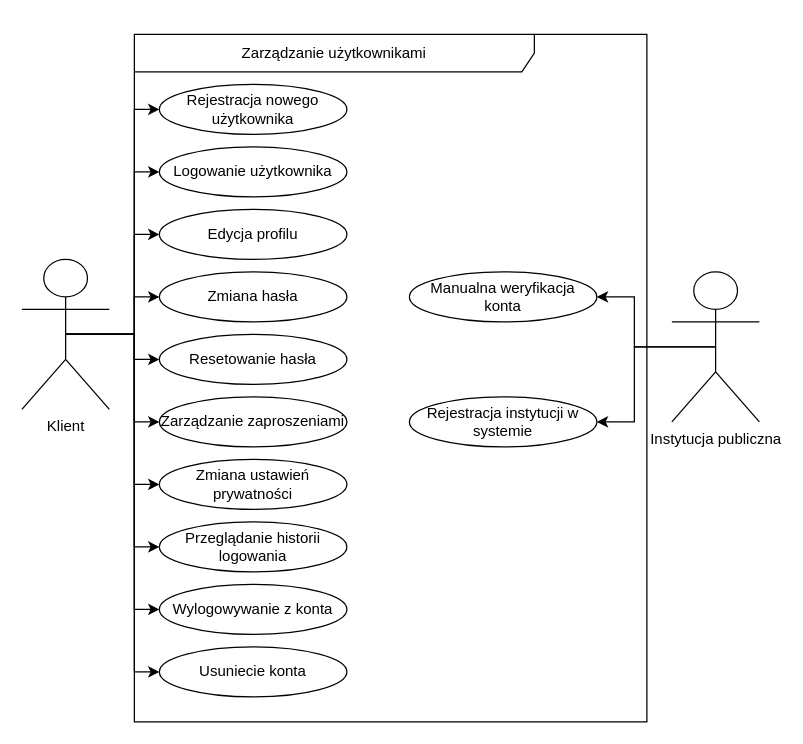
Haltie13/lokalni_app keeps this draw.io diagram as page "Moduł użytkowników" (2 of 5) of mwo_lokalni_app.drawio. Above is the earlier version. Source tidied: cells renumbered, new cells numbered last; positions are measured from the earlier drawing's top-left corner, leaving out a move shared by most shapes. Both pictures are drawn from the tidied source at 125%, with x=0, y=0 at pixel (21, 34).
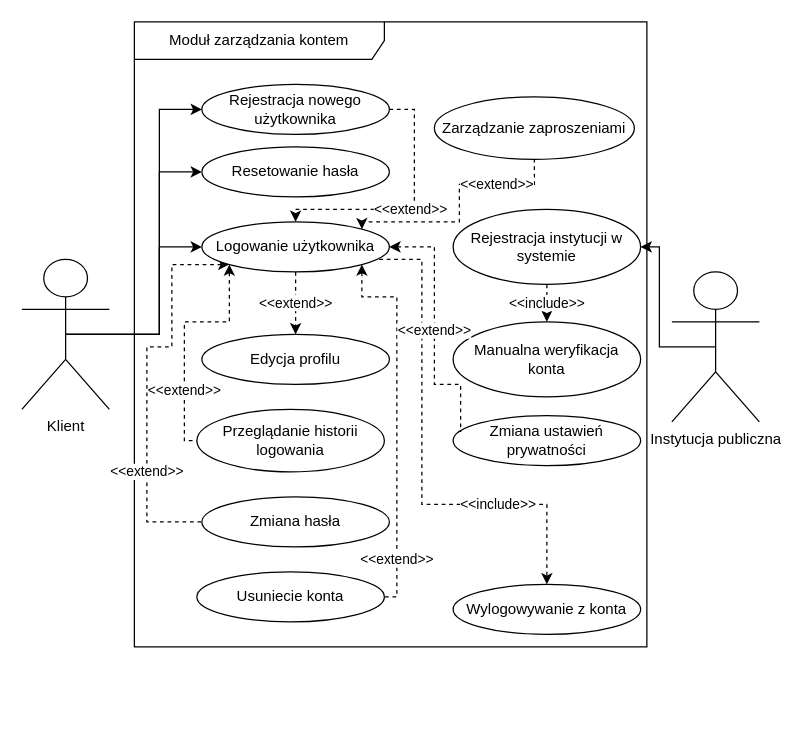
Above is the later version.

The change refers to these unchanged cells:
```xml
<mxCell id="5" value="&lt;div&gt;Instytucja publiczna&lt;/div&gt;&lt;div&gt;&lt;br&gt;&lt;/div&gt;" style="shape=umlActor;html=1;verticalLabelPosition=bottom;verticalAlign=top;align=center;" parent="1" vertex="1">
  <mxGeometry x="520" y="190" width="70" height="120" as="geometry" />
</mxCell>
<mxCell id="19" value="&lt;div&gt;Klient&lt;/div&gt;&lt;div&gt;&lt;br&gt;&lt;/div&gt;" style="shape=umlActor;html=1;verticalLabelPosition=bottom;verticalAlign=top;align=center;" parent="1" vertex="1">
  <mxGeometry y="180" width="70" height="120" as="geometry" />
</mxCell>
```

The edit, as a diff of the source:
```diff
@@
-    <mxCell id="2" value="Zarządzanie użytkownikami" style="shape=umlFrame;whiteSpace=wrap;html=1;width=320;height=30;" parent="1" vertex="1">
-      <mxGeometry x="90" width="410" height="550" as="geometry" />
+    <mxCell id="2" value="Moduł zarządzania kontem" style="shape=umlFrame;whiteSpace=wrap;html=1;width=200;height=30;" parent="1" vertex="1">
+      <mxGeometry x="90" y="-10" width="410" height="500" as="geometry" />
     </mxCell>
     <mxCell id="3" style="edgeStyle=orthogonalEdgeStyle;rounded=0;jettySize=auto;html=1;exitX=0.5;exitY=0.5;exitDx=0;exitDy=0;exitPerimeter=0;entryX=1;entryY=0.5;entryDx=0;entryDy=0;" parent="1" edge="1" source="5" target="28">
-      <mxGeometry relative="1" as="geometry" />
+      <mxGeometry relative="1" as="geometry">
+        <Array as="points">
+          <mxPoint x="510" y="250" />
+          <mxPoint x="510" y="170" />
+        </Array>
+      </mxGeometry>
     </mxCell>
-    <mxCell id="4" style="edgeStyle=orthogonalEdgeStyle;rounded=0;jettySize=auto;html=1;exitX=0.5;exitY=0.5;exitDx=0;exitDy=0;exitPerimeter=0;entryX=1;entryY=0.5;entryDx=0;entryDy=0;" parent="1" edge="1" source="5" target="8">
-      <mxGeometry relative="1" as="geometry" />
-    </mxCell>
@@
+    <mxCell id="29" value="&amp;lt;&amp;lt;extend&amp;gt;&amp;gt;" style="edgeStyle=orthogonalEdgeStyle;rounded=0;jettySize=auto;html=1;exitX=1;exitY=0.5;exitDx=0;exitDy=0;dashed=1;" parent="1" edge="1" source="6" target="7">
+      <mxGeometry relative="1" as="geometry">
+        <Array as="points">
+          <mxPoint x="314" y="60" />
+          <mxPoint x="314" y="140" />
+          <mxPoint x="219" y="140" />
+        </Array>
+      </mxGeometry>
+    </mxCell>
     <mxCell id="6" value="Rejestracja nowego użytkownika" style="ellipse;whiteSpace=wrap;html=1;" parent="1" vertex="1">
-      <mxGeometry x="110" y="40" width="150" height="40" as="geometry" />
+      <mxGeometry x="144" y="40" width="150" height="40" as="geometry" />
     </mxCell>
+    <mxCell id="30" value="&amp;lt;&amp;lt;extend&amp;gt;&amp;gt;" style="edgeStyle=orthogonalEdgeStyle;rounded=0;jettySize=auto;html=1;exitX=0.5;exitY=1;exitDx=0;exitDy=0;entryX=0.5;entryY=0;entryDx=0;entryDy=0;dashed=1;" parent="1" edge="1" source="7" target="20">
+      <mxGeometry relative="1" as="geometry" />
+    </mxCell>
+    <mxCell id="31" value="&amp;lt;&amp;lt;extend&amp;gt;&amp;gt;" style="edgeStyle=orthogonalEdgeStyle;rounded=0;jettySize=auto;html=1;exitX=0;exitY=1;exitDx=0;exitDy=0;entryX=0;entryY=0.5;entryDx=0;entryDy=0;dashed=1;startArrow=classic;startFill=1;endArrow=none;" parent="1" edge="1" source="7" target="25">
+      <mxGeometry x="0.47" relative="1" as="geometry">
+        <Array as="points">
+          <mxPoint x="166" y="230" />
+          <mxPoint x="130" y="230" />
+          <mxPoint x="130" y="325" />
+        </Array>
+      </mxGeometry>
+    </mxCell>
+    <mxCell id="32" value="&amp;lt;&amp;lt;extend&amp;gt;&amp;gt;" style="edgeStyle=orthogonalEdgeStyle;rounded=0;jettySize=auto;html=1;exitX=0;exitY=1;exitDx=0;exitDy=0;entryX=0;entryY=0.5;entryDx=0;entryDy=0;dashed=1;startArrow=classic;startFill=1;endArrow=none;" parent="1" edge="1" source="7" target="22">
+      <mxGeometry x="0.47" relative="1" as="geometry">
+        <Array as="points">
+          <mxPoint x="120" y="184" />
+          <mxPoint x="120" y="250" />
+          <mxPoint x="100" y="250" />
+          <mxPoint x="100" y="390" />
+        </Array>
+      </mxGeometry>
+    </mxCell>
+    <mxCell id="33" value="&amp;lt;&amp;lt;extend&amp;gt;&amp;gt;" style="edgeStyle=orthogonalEdgeStyle;rounded=0;jettySize=auto;html=1;exitX=1;exitY=1;exitDx=0;exitDy=0;entryX=1;entryY=0.5;entryDx=0;entryDy=0;dashed=1;startArrow=classic;startFill=1;endArrow=none;" parent="1" edge="1" source="7" target="27">
+      <mxGeometry x="0.74" relative="1" as="geometry">
+        <Array as="points">
+          <mxPoint x="272" y="210" />
+          <mxPoint x="300" y="210" />
+          <mxPoint x="300" y="450" />
+        </Array>
+      </mxGeometry>
+    </mxCell>
+    <mxCell id="34" value="&amp;lt;&amp;lt;include&amp;gt;&amp;gt;" style="edgeStyle=orthogonalEdgeStyle;rounded=0;jettySize=auto;html=1;exitX=1;exitY=1;exitDx=0;exitDy=0;entryX=0.5;entryY=0;entryDx=0;entryDy=0;dashed=1;" parent="1" edge="1" source="7" target="26">
+      <mxGeometry x="0.5" relative="1" as="geometry">
+        <Array as="points">
+          <mxPoint x="272" y="180" />
+          <mxPoint x="320" y="180" />
+          <mxPoint x="320" y="376" />
+          <mxPoint x="420" y="376" />
+          <mxPoint x="420" y="430" />
+        </Array>
+      </mxGeometry>
+    </mxCell>
+    <mxCell id="35" value="&amp;lt;&amp;lt;extend&amp;gt;&amp;gt;" style="edgeStyle=orthogonalEdgeStyle;rounded=0;jettySize=auto;html=1;exitX=1;exitY=0;exitDx=0;exitDy=0;entryX=0.5;entryY=1;entryDx=0;entryDy=0;dashed=1;startArrow=classic;startFill=1;endArrow=none;" parent="1" edge="1" source="7" target="23">
+      <mxGeometry x="0.49" relative="1" as="geometry">
+        <Array as="points">
+          <mxPoint x="272" y="150" />
+          <mxPoint x="350" y="150" />
+          <mxPoint x="350" y="120" />
+          <mxPoint x="410" y="120" />
+        </Array>
+      </mxGeometry>
+    </mxCell>
     <mxCell id="7" value="Logowanie użytkownika" style="ellipse;whiteSpace=wrap;html=1;" parent="1" vertex="1">
-      <mxGeometry x="110" y="90" width="150" height="40" as="geometry" />
+      <mxGeometry x="144" y="150" width="150" height="40" as="geometry" />
     </mxCell>
     <mxCell id="8" value="Manualna weryfikacja konta" style="ellipse;whiteSpace=wrap;html=1;" parent="1" vertex="1">
-      <mxGeometry x="310" y="190" width="150" height="40" as="geometry" />
+      <mxGeometry x="345" y="230" width="150" height="60" as="geometry" />
     </mxCell>
     <mxCell id="9" style="edgeStyle=orthogonalEdgeStyle;rounded=0;jettySize=auto;html=1;exitX=0.5;exitY=0.5;exitDx=0;exitDy=0;exitPerimeter=0;" parent="1" edge="1" source="19" target="21">
-      <mxGeometry relative="1" as="geometry" />
+      <mxGeometry relative="1" as="geometry">
+        <Array as="points">
+          <mxPoint x="110" y="240" />
+          <mxPoint x="110" y="110" />
+        </Array>
+      </mxGeometry>
     </mxCell>
-    <mxCell id="10" style="edgeStyle=orthogonalEdgeStyle;rounded=0;jettySize=auto;html=1;exitX=0.5;exitY=0.5;exitDx=0;exitDy=0;exitPerimeter=0;entryX=0;entryY=0.5;entryDx=0;entryDy=0;" parent="1" edge="1" source="19" target="23">
-      <mxGeometry relative="1" as="geometry" />
-    </mxCell>
-    <mxCell id="11" style="edgeStyle=orthogonalEdgeStyle;rounded=0;jettySize=auto;html=1;exitX=0.5;exitY=0.5;exitDx=0;exitDy=0;exitPerimeter=0;entryX=0;entryY=0.5;entryDx=0;entryDy=0;" parent="1" edge="1" source="19" target="24">
-      <mxGeometry relative="1" as="geometry" />
-    </mxCell>
-    <mxCell id="12" style="edgeStyle=orthogonalEdgeStyle;rounded=0;jettySize=auto;html=1;exitX=0.5;exitY=0.5;exitDx=0;exitDy=0;exitPerimeter=0;entryX=0;entryY=0.5;entryDx=0;entryDy=0;" parent="1" edge="1" source="19" target="25">
-      <mxGeometry relative="1" as="geometry" />
-    </mxCell>
-    <mxCell id="13" style="edgeStyle=orthogonalEdgeStyle;rounded=0;jettySize=auto;html=1;exitX=0.5;exitY=0.5;exitDx=0;exitDy=0;exitPerimeter=0;entryX=0;entryY=0.5;entryDx=0;entryDy=0;" parent="1" edge="1" source="19" target="26">
-      <mxGeometry relative="1" as="geometry" />
-    </mxCell>
-    <mxCell id="14" style="edgeStyle=orthogonalEdgeStyle;rounded=0;jettySize=auto;html=1;exitX=0.5;exitY=0.5;exitDx=0;exitDy=0;exitPerimeter=0;entryX=0;entryY=0.5;entryDx=0;entryDy=0;" parent="1" edge="1" source="19" target="27">
-      <mxGeometry relative="1" as="geometry" />
-    </mxCell>
-    <mxCell id="15" style="edgeStyle=orthogonalEdgeStyle;rounded=0;jettySize=auto;html=1;exitX=0.5;exitY=0.5;exitDx=0;exitDy=0;exitPerimeter=0;" parent="1" edge="1" source="19" target="22">
-      <mxGeometry relative="1" as="geometry" />
-    </mxCell>
-    <mxCell id="16" style="edgeStyle=orthogonalEdgeStyle;rounded=0;jettySize=auto;html=1;exitX=0.5;exitY=0.5;exitDx=0;exitDy=0;exitPerimeter=0;" parent="1" edge="1" source="19" target="20">
-      <mxGeometry relative="1" as="geometry" />
-    </mxCell>
     <mxCell id="17" style="edgeStyle=orthogonalEdgeStyle;rounded=0;jettySize=auto;html=1;exitX=0.5;exitY=0.5;exitDx=0;exitDy=0;exitPerimeter=0;entryX=0;entryY=0.5;entryDx=0;entryDy=0;" parent="1" edge="1" source="19" target="7">
-      <mxGeometry relative="1" as="geometry" />
+      <mxGeometry relative="1" as="geometry">
+        <Array as="points">
+          <mxPoint x="110" y="240" />
+          <mxPoint x="110" y="170" />
+        </Array>
+      </mxGeometry>
     </mxCell>
     <mxCell id="18" style="edgeStyle=orthogonalEdgeStyle;rounded=0;jettySize=auto;html=1;exitX=0.5;exitY=0.5;exitDx=0;exitDy=0;exitPerimeter=0;entryX=0;entryY=0.5;entryDx=0;entryDy=0;" parent="1" edge="1" source="19" target="6">
-      <mxGeometry relative="1" as="geometry" />
+      <mxGeometry relative="1" as="geometry">
+        <Array as="points">
+          <mxPoint x="110" y="240" />
+          <mxPoint x="110" y="60" />
+        </Array>
+      </mxGeometry>
     </mxCell>
@@
     <mxCell id="20" value="Edycja profilu" style="ellipse;whiteSpace=wrap;html=1;" parent="1" vertex="1">
-      <mxGeometry x="110" y="140" width="150" height="40" as="geometry" />
+      <mxGeometry x="144" y="240" width="150" height="40" as="geometry" />
     </mxCell>
     <mxCell id="21" value="Resetowanie hasła" style="ellipse;whiteSpace=wrap;html=1;" parent="1" vertex="1">
-      <mxGeometry x="110" y="240" width="150" height="40" as="geometry" />
+      <mxGeometry x="144" y="90" width="150" height="40" as="geometry" />
     </mxCell>
     <mxCell id="22" value="Zmiana hasła" style="ellipse;whiteSpace=wrap;html=1;" parent="1" vertex="1">
-      <mxGeometry x="110" y="190" width="150" height="40" as="geometry" />
+      <mxGeometry x="144" y="370" width="150" height="40" as="geometry" />
     </mxCell>
     <mxCell id="23" value="Zarządzanie zaproszeniami" style="ellipse;whiteSpace=wrap;html=1;" parent="1" vertex="1">
-      <mxGeometry x="110" y="290" width="150" height="40" as="geometry" />
+      <mxGeometry x="330" y="50" width="160" height="50" as="geometry" />
     </mxCell>
     <mxCell id="24" value="Zmiana ustawień prywatności" style="ellipse;whiteSpace=wrap;html=1;" parent="1" vertex="1">
-      <mxGeometry x="110" y="340" width="150" height="40" as="geometry" />
+      <mxGeometry x="345" y="305" width="150" height="40" as="geometry" />
     </mxCell>
     <mxCell id="25" value="Przeglądanie historii logowania" style="ellipse;whiteSpace=wrap;html=1;" parent="1" vertex="1">
-      <mxGeometry x="110" y="390" width="150" height="40" as="geometry" />
+      <mxGeometry x="140" y="300" width="150" height="50" as="geometry" />
     </mxCell>
     <mxCell id="26" value="Wylogowywanie z konta" style="ellipse;whiteSpace=wrap;html=1;" parent="1" vertex="1">
-      <mxGeometry x="110" y="440" width="150" height="40" as="geometry" />
+      <mxGeometry x="345" y="440" width="150" height="40" as="geometry" />
     </mxCell>
     <mxCell id="27" value="Usuniecie konta" style="ellipse;whiteSpace=wrap;html=1;" parent="1" vertex="1">
-      <mxGeometry x="110" y="490" width="150" height="40" as="geometry" />
+      <mxGeometry x="140" y="430" width="150" height="40" as="geometry" />
     </mxCell>
+    <mxCell id="36" value="&amp;lt;&amp;lt;include&amp;gt;&amp;gt;" style="edgeStyle=orthogonalEdgeStyle;rounded=0;jettySize=auto;html=1;exitX=0.5;exitY=1;exitDx=0;exitDy=0;entryX=0.5;entryY=0;entryDx=0;entryDy=0;dashed=1;" parent="1" edge="1" source="28" target="8">
+      <mxGeometry relative="1" as="geometry" />
+    </mxCell>
     <mxCell id="28" value="Rejestracja instytucji w systemie" style="ellipse;whiteSpace=wrap;html=1;" parent="1" vertex="1">
-      <mxGeometry x="310" y="290" width="150" height="40" as="geometry" />
+      <mxGeometry x="345" y="140" width="150" height="60" as="geometry" />
     </mxCell>
+    <mxCell id="37" style="edgeStyle=orthogonalEdgeStyle;rounded=0;orthogonalLoop=1;jettySize=auto;html=1;exitX=0.5;exitY=1;exitDx=0;exitDy=0;" parent="1" edge="1" source="20" target="20">
+      <mxGeometry relative="1" as="geometry" />
+    </mxCell>
+    <mxCell id="38" value="&amp;lt;&amp;lt;extend&amp;gt;&amp;gt;" style="edgeStyle=orthogonalEdgeStyle;rounded=0;jettySize=auto;html=1;exitX=1;exitY=0.5;exitDx=0;exitDy=0;entryX=0.04;entryY=0.325;entryDx=0;entryDy=0;entryPerimeter=0;dashed=1;startArrow=classic;startFill=1;endArrow=none;" parent="1" edge="1" source="7" target="24">
+      <mxGeometry relative="1" as="geometry">
+        <Array as="points">
+          <mxPoint x="330" y="170" />
+          <mxPoint x="330" y="280" />
+          <mxPoint x="351" y="280" />
+        </Array>
+      </mxGeometry>
+    </mxCell>
```
